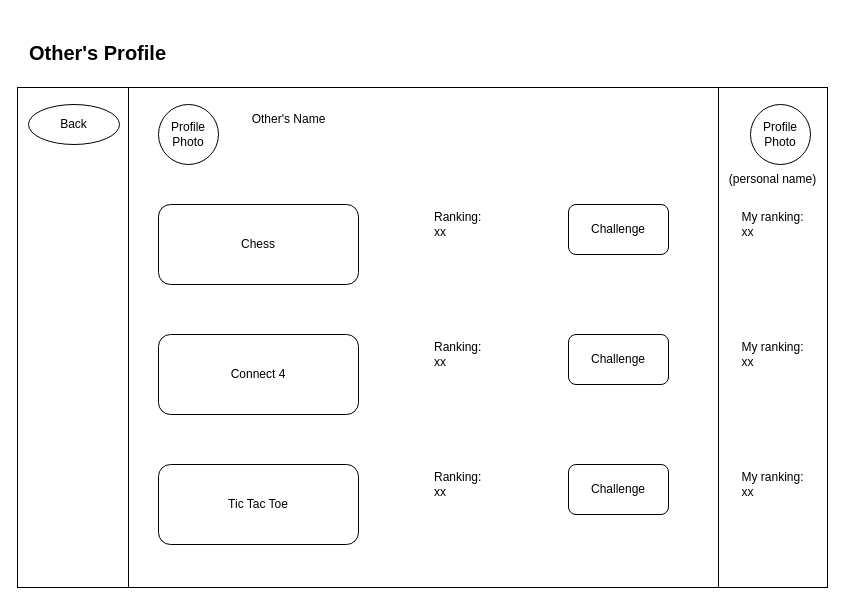
Ri-html/SENG-300-FINAL-GROUP-PROJECT keeps this draw.io diagram as GUI/User Profile.drawio. Above is the earlier version. Source tidied: cells renumbered, new cells numbered last; positions are measured from the earlier drawing's top-left corner, leaving out a move shared by most shapes. Both pictures are drawn from the tidied source at 100%, with x=0, y=0 at pixel (17, 17).
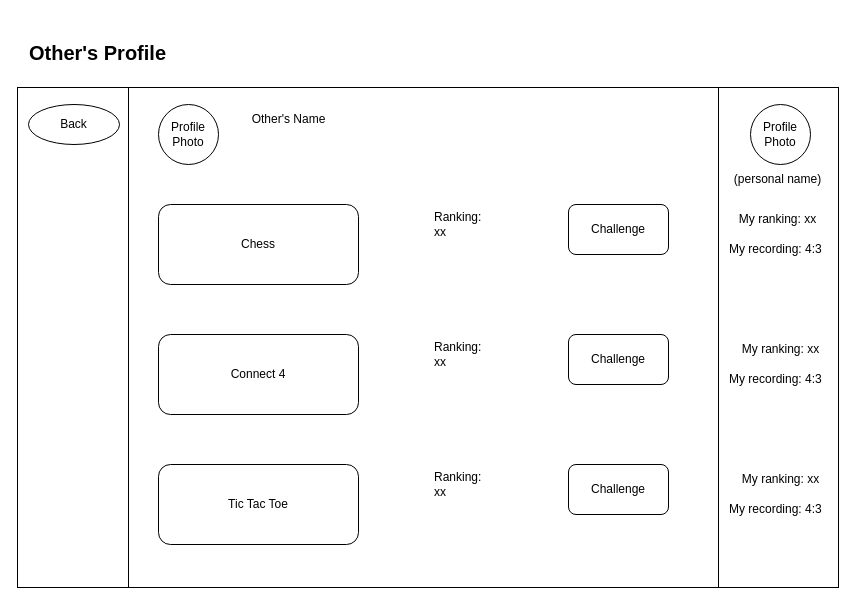
The same page after the edit.

What changed in the source:
```diff
@@
     <mxCell id="3" style="rounded=0;whiteSpace=wrap;html=1;" parent="1" vertex="1">
-      <mxGeometry y="70" width="810" height="500" as="geometry" />
+      <mxGeometry y="70" width="821" height="500" as="geometry" />
     </mxCell>
@@
     <mxCell id="5" value="(personal name)" style="text;html=1;align=center;verticalAlign=middle;strokeColor=none;fillColor=none;" parent="1" vertex="1">
-      <mxGeometry x="700" y="147" width="110" height="30" as="geometry" />
+      <mxGeometry x="705" y="147" width="110" height="30" as="geometry" />
     </mxCell>
@@
-    <mxCell id="16" value="My ranking:&lt;br&gt;&lt;div style=&quot;text-align: left;&quot;&gt;&lt;span style=&quot;background-color: initial;&quot;&gt;xx&lt;/span&gt;&lt;/div&gt;" style="text;html=1;align=center;verticalAlign=middle;strokeColor=none;fillColor=none;" parent="1" vertex="1">
-      <mxGeometry x="710" y="187" width="90" height="40" as="geometry" />
+    <mxCell id="16" value="My ranking:&amp;nbsp;&lt;span style=&quot;background-color: initial; text-align: left;&quot;&gt;xx&lt;/span&gt;" style="text;html=1;align=center;verticalAlign=middle;strokeColor=none;fillColor=none;" parent="1" vertex="1">
+      <mxGeometry x="710" y="187" width="100" height="30" as="geometry" />
     </mxCell>
-    <mxCell id="17" value="My ranking:&lt;br&gt;&lt;div style=&quot;text-align: left;&quot;&gt;&lt;span style=&quot;background-color: initial;&quot;&gt;xx&lt;/span&gt;&lt;/div&gt;" style="text;html=1;align=center;verticalAlign=middle;strokeColor=none;fillColor=none;" parent="1" vertex="1">
-      <mxGeometry x="710" y="317" width="90" height="40" as="geometry" />
-    </mxCell>
-    <mxCell id="18" value="My ranking:&lt;br&gt;&lt;div style=&quot;text-align: left;&quot;&gt;&lt;span style=&quot;background-color: initial;&quot;&gt;xx&lt;/span&gt;&lt;/div&gt;" style="text;html=1;align=center;verticalAlign=middle;strokeColor=none;fillColor=none;" parent="1" vertex="1">
-      <mxGeometry x="710" y="447" width="90" height="40" as="geometry" />
-    </mxCell>
@@
+    <mxCell id="22" value="&lt;span style=&quot;&quot;&gt;My recording: 4:3&lt;/span&gt;" style="text;html=1;align=left;verticalAlign=middle;strokeColor=none;fillColor=none;" parent="1" vertex="1">
+      <mxGeometry x="710" y="217" width="120" height="30" as="geometry" />
+    </mxCell>
+    <mxCell id="23" value="My ranking:&amp;nbsp;&lt;span style=&quot;background-color: initial; text-align: left;&quot;&gt;xx&lt;/span&gt;" style="text;html=1;align=center;verticalAlign=middle;strokeColor=none;fillColor=none;" parent="1" vertex="1">
+      <mxGeometry x="713" y="447" width="100" height="30" as="geometry" />
+    </mxCell>
+    <mxCell id="24" value="&lt;span style=&quot;&quot;&gt;My recording: 4:3&lt;/span&gt;" style="text;html=1;align=left;verticalAlign=middle;strokeColor=none;fillColor=none;" parent="1" vertex="1">
+      <mxGeometry x="710" y="477" width="120" height="30" as="geometry" />
+    </mxCell>
+    <mxCell id="25" value="My ranking:&amp;nbsp;&lt;span style=&quot;background-color: initial; text-align: left;&quot;&gt;xx&lt;/span&gt;" style="text;html=1;align=center;verticalAlign=middle;strokeColor=none;fillColor=none;" parent="1" vertex="1">
+      <mxGeometry x="713" y="317" width="100" height="30" as="geometry" />
+    </mxCell>
+    <mxCell id="26" value="&lt;span style=&quot;&quot;&gt;My recording: 4:3&lt;/span&gt;" style="text;html=1;align=left;verticalAlign=middle;strokeColor=none;fillColor=none;" parent="1" vertex="1">
+      <mxGeometry x="710" y="347" width="120" height="30" as="geometry" />
+    </mxCell>
```
